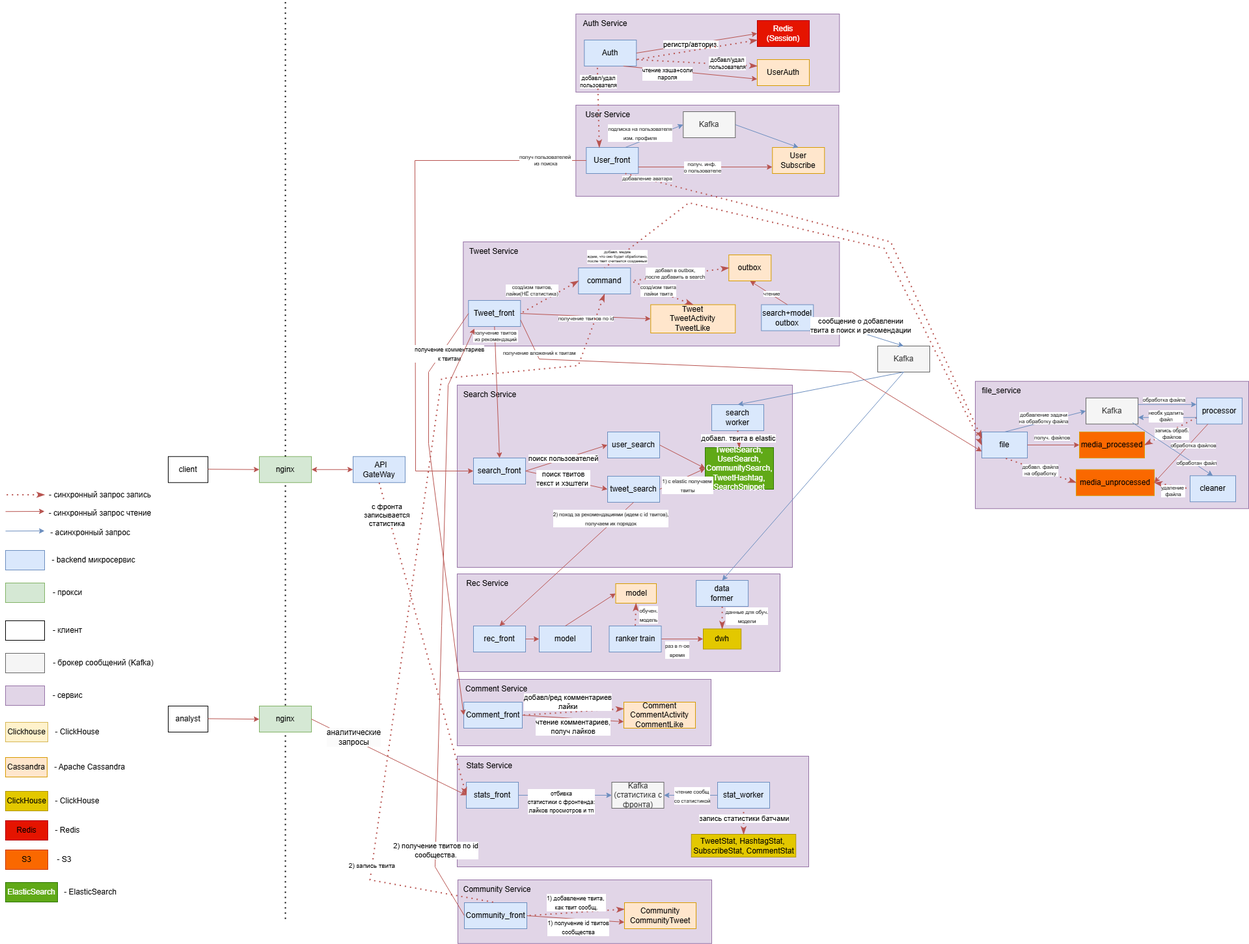
Before: Project_schema.png, a diagram exported from draw.io (Maxorella/park-mail-ru-highload-Shagaev). Source tidied: cells renumbered, new cells last; positions are measured from the earlier drawing's top-left corner, leaving out a move shared by most shapes.
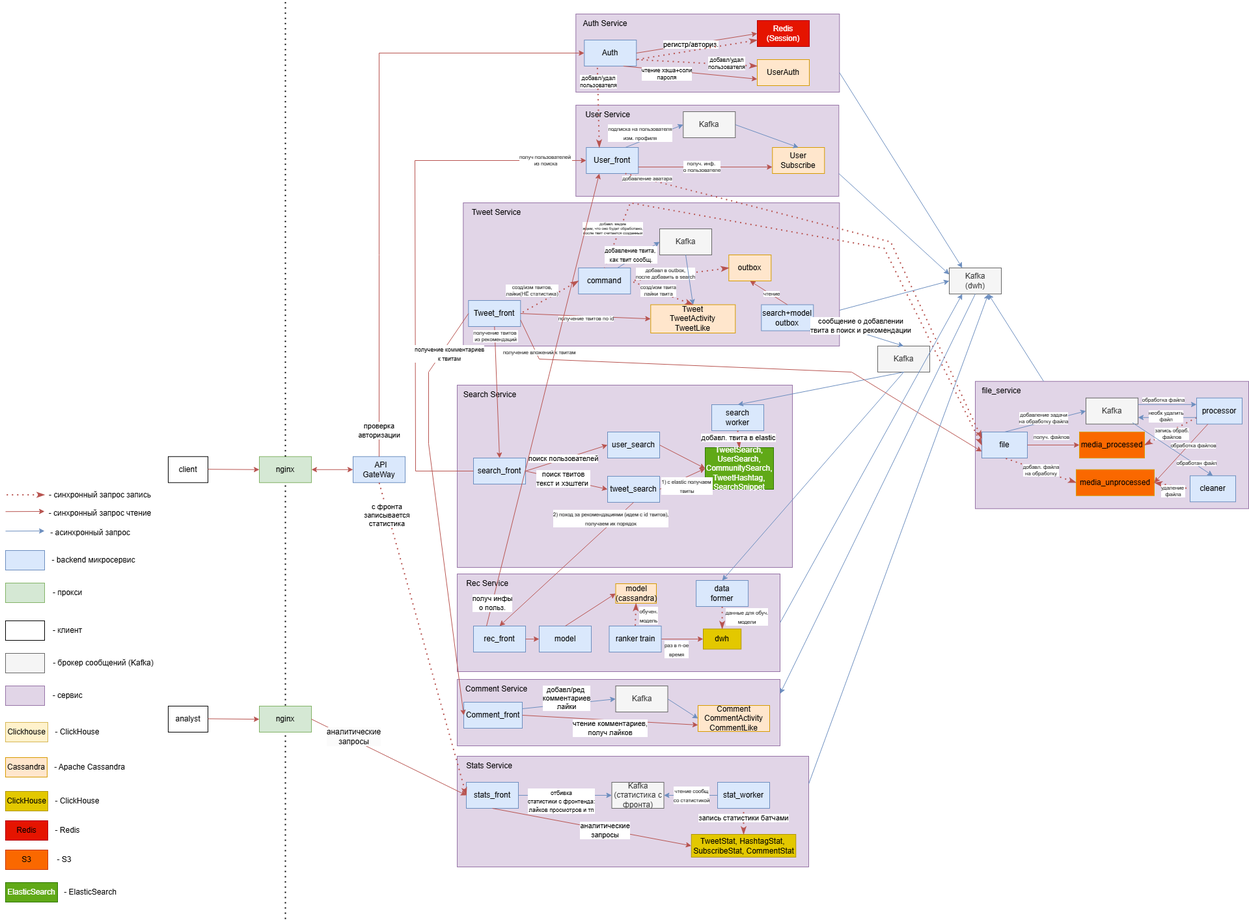
The same diagram one commit later.

The edit, as a diff of the source:
```diff
@@ -120,13 +120,13 @@
       <mxGeometry x="880.3" y="160" width="90" height="30" as="geometry" />
     </mxCell>
     <mxCell id="36" style="rounded=0;whiteSpace=wrap;html=1;fillColor=#e1d5e7;strokeColor=#9673a6;" parent="1" vertex="1">
-      <mxGeometry x="703.3" y="370" width="578" height="160" as="geometry" />
+      <mxGeometry x="703.3" y="310" width="578" height="220" as="geometry" />
     </mxCell>
     <mxCell id="37" value="Tweet Service" style="text;html=1;align=center;verticalAlign=middle;strokeColor=none;fillColor=none;" parent="1" vertex="1">
-      <mxGeometry x="700.3" y="370" width="100" height="30" as="geometry" />
+      <mxGeometry x="704" y="310" width="100" height="30" as="geometry" />
     </mxCell>
     <mxCell id="38" style="rounded=0;whiteSpace=wrap;html=1;fillColor=#e1d5e7;strokeColor=#9673a6;" parent="1" vertex="1">
-      <mxGeometry x="694" y="1042" width="390" height="102" as="geometry" />
+      <mxGeometry x="694" y="1042" width="496" height="102" as="geometry" />
     </mxCell>
     <mxCell id="39" value="Comment Service" style="text;html=1;align=center;verticalAlign=middle;strokeColor=none;fillColor=none;" parent="1" vertex="1">
       <mxGeometry x="694" y="1042" width="120" height="30" as="geometry" />
@@ -195,14 +195,6 @@
     <mxCell id="57" value="&lt;span style=&quot;background-color: initial;&quot;&gt;Comment_front&lt;/span&gt;" style="rounded=0;whiteSpace=wrap;html=1;fillColor=#dae8fc;strokeColor=#6c8ebf;" parent="1" vertex="1">
       <mxGeometry x="704" y="1077" width="90" height="40" as="geometry" />
     </mxCell>
-    <mxCell id="58" style="endArrow=none;dashed=1;html=1;dashPattern=1 3;strokeWidth=2;rounded=0;startArrow=classicThin;startFill=1;fillColor=#f8cecc;strokeColor=#b85450;entryX=1;entryY=0.5;entryDx=0;entryDy=0;exitX=0;exitY=0.25;exitDx=0;exitDy=0;" parent="1" edge="1" source="70" target="57">
-      <mxGeometry relative="1" as="geometry" />
-    </mxCell>
-    <mxCell id="59" value="добавл/ред комментариев&lt;div&gt;лайки&lt;/div&gt;" style="edgeLabel;html=1;align=center;verticalAlign=middle;" parent="58" vertex="1">
-      <mxGeometry x="-0.35" relative="1" as="geometry">
-        <mxPoint x="-36" y="-14" as="offset" />
-      </mxGeometry>
-    </mxCell>
     <mxCell id="60" style="endArrow=classic;html=1;rounded=0;fillColor=#f8cecc;strokeColor=#b85450;entryX=0;entryY=0.75;entryDx=0;entryDy=0;exitX=1;exitY=0.5;exitDx=0;exitDy=0;" parent="1" edge="1" source="57" target="70">
       <mxGeometry relative="1" as="geometry" />
     </mxCell>
@@ -240,7 +232,7 @@
       </mxGeometry>
     </mxCell>
     <mxCell id="70" value="Comment CommentActivity&lt;div&gt;CommentLike&lt;/div&gt;" style="rounded=0;whiteSpace=wrap;html=1;fillColor=#ffe6cc;strokeColor=#d79b00;" parent="1" vertex="1">
-      <mxGeometry x="950" y="1077" width="110" height="40" as="geometry" />
+      <mxGeometry x="1064" y="1082" width="110" height="40" as="geometry" />
     </mxCell>
     <mxCell id="71" value="search&lt;div&gt;worker&lt;/div&gt;" style="rounded=0;whiteSpace=wrap;html=1;fillColor=#dae8fc;strokeColor=#6c8ebf;" parent="1" vertex="1">
       <mxGeometry x="1085" y="620" width="80" height="40" as="geometry" />
@@ -383,13 +375,13 @@
       <mxGeometry relative="1" as="geometry">
         <Array as="points">
           <mxPoint x="1350" y="380" />
-          <mxPoint x="1050" y="310" />
+          <mxPoint x="960" y="310" />
         </Array>
       </mxGeometry>
     </mxCell>
     <mxCell id="111" value="добавл. медиа&lt;div&gt;ждем, что оно будет обработано,&lt;/div&gt;&lt;div&gt;после твит считается созданныи&lt;/div&gt;" style="edgeLabel;html=1;align=center;verticalAlign=middle;fontSize=6;" parent="110" vertex="1">
       <mxGeometry x="0.09" y="1" relative="1" as="geometry">
-        <mxPoint x="-310" y="35" as="offset" />
+        <mxPoint x="-300" y="-10" as="offset" />
       </mxGeometry>
     </mxCell>
     <mxCell id="112" value="outbox" style="rounded=0;whiteSpace=wrap;html=1;fillColor=#ffe6cc;strokeColor=#d79b00;" parent="1" vertex="1">
@@ -400,7 +392,7 @@
     </mxCell>
     <mxCell id="114" value="добавл в outbox,&lt;div&gt;после добавить в search&lt;/div&gt;" style="edgeLabel;html=1;align=center;verticalAlign=middle;fontSize=8;" parent="113" vertex="1">
       <mxGeometry x="0.09" y="1" relative="1" as="geometry">
-        <mxPoint x="-1" y="-3" as="offset" />
+        <mxPoint x="-16" y="-3" as="offset" />
       </mxGeometry>
     </mxCell>
     <mxCell id="115" value="search+model&lt;div&gt;outbox&lt;/div&gt;" style="rounded=0;whiteSpace=wrap;html=1;fillColor=#dae8fc;strokeColor=#6c8ebf;" parent="1" vertex="1">
@@ -472,7 +464,7 @@
         <mxPoint x="-2" y="-49" as="offset" />
       </mxGeometry>
     </mxCell>
-    <mxCell id="134" style="endArrow=classic;html=1;rounded=0;fillColor=#f8cecc;strokeColor=#b85450;startArrow=none;startFill=0;endFill=1;exitX=0;exitY=0.5;exitDx=0;exitDy=0;entryX=0;entryY=0.5;entryDx=0;entryDy=0;" parent="1" edge="1" source="46" target="62">
+    <mxCell id="134" style="endArrow=none;html=1;rounded=0;fillColor=#f8cecc;strokeColor=#b85450;startArrow=classic;startFill=1;endFill=0;exitX=0;exitY=0.5;exitDx=0;exitDy=0;entryX=0;entryY=0.5;entryDx=0;entryDy=0;" parent="1" edge="1" source="46" target="62">
       <mxGeometry relative="1" as="geometry">
         <Array as="points">
           <mxPoint x="629" y="245" />
@@ -538,29 +530,6 @@
         <mxPoint x="-300" y="-79" as="offset" />
       </mxGeometry>
     </mxCell>
-    <mxCell id="149" style="rounded=0;whiteSpace=wrap;html=1;fillColor=#e1d5e7;strokeColor=#9673a6;" parent="1" vertex="1">
-      <mxGeometry x="695" y="1350" width="390" height="97.8" as="geometry" />
-    </mxCell>
-    <mxCell id="150" value="Community Service" style="text;html=1;align=center;verticalAlign=middle;strokeColor=none;fillColor=none;" parent="1" vertex="1">
-      <mxGeometry x="690" y="1350" width="130" height="30" as="geometry" />
-    </mxCell>
-    <mxCell id="151" value="&lt;span style=&quot;background-color: initial;&quot;&gt;Community_front&lt;/span&gt;" style="rounded=0;whiteSpace=wrap;html=1;fillColor=#dae8fc;strokeColor=#6c8ebf;" parent="1" vertex="1">
-      <mxGeometry x="705" y="1385" width="96" height="40" as="geometry" />
-    </mxCell>
-    <mxCell id="152" style="endArrow=none;dashed=1;html=1;dashPattern=1 3;strokeWidth=2;rounded=0;startArrow=classicThin;startFill=1;fillColor=#f8cecc;strokeColor=#b85450;entryX=1;entryY=0.5;entryDx=0;entryDy=0;exitX=0;exitY=0.25;exitDx=0;exitDy=0;" parent="1" edge="1" source="155" target="151">
-      <mxGeometry relative="1" as="geometry" />
-    </mxCell>
-    <mxCell id="153" value="&lt;font style=&quot;font-size: 9px;&quot;&gt;1) добавление твита,&amp;nbsp;&lt;/font&gt;&lt;div&gt;&lt;font style=&quot;font-size: 9px;&quot;&gt;как твит сообщ.&lt;/font&gt;&lt;/div&gt;" style="edgeLabel;html=1;align=center;verticalAlign=middle;" parent="152" vertex="1">
-      <mxGeometry x="0.33" y="1" relative="1" as="geometry">
-        <mxPoint x="25" y="-18" as="offset" />
-      </mxGeometry>
-    </mxCell>
-    <mxCell id="154" style="endArrow=classic;html=1;rounded=0;fillColor=#f8cecc;strokeColor=#b85450;entryX=0;entryY=0.75;entryDx=0;entryDy=0;exitX=1;exitY=0.5;exitDx=0;exitDy=0;" parent="1" edge="1" source="151" target="155">
-      <mxGeometry relative="1" as="geometry" />
-    </mxCell>
-    <mxCell id="155" value="Community&lt;div&gt;CommunityTweet&lt;/div&gt;" style="rounded=0;whiteSpace=wrap;html=1;fillColor=#ffe6cc;strokeColor=#d79b00;" parent="1" vertex="1">
-      <mxGeometry x="951" y="1385" width="110" height="40" as="geometry" />
-    </mxCell>
     <mxCell id="156" style="endArrow=none;dashed=1;html=1;dashPattern=1 3;strokeWidth=2;rounded=0;startArrow=classicThin;startFill=1;fillColor=#f8cecc;strokeColor=#b85450;entryX=0.5;entryY=1;entryDx=0;entryDy=0;exitX=0;exitY=0.5;exitDx=0;exitDy=0;" parent="1" edge="1" source="77" target="27">
       <mxGeometry relative="1" as="geometry" />
     </mxCell>
@@ -636,7 +605,7 @@
     <mxCell id="173" value="&lt;span style=&quot;background-color: initial;&quot;&gt;rec_front&lt;/span&gt;" style="rounded=0;whiteSpace=wrap;html=1;fillColor=#dae8fc;strokeColor=#6c8ebf;" parent="1" vertex="1">
       <mxGeometry x="719" y="960" width="80" height="40" as="geometry" />
     </mxCell>
-    <mxCell id="174" value="&lt;span style=&quot;text-wrap-mode: nowrap;&quot;&gt;model&lt;/span&gt;" style="rounded=0;whiteSpace=wrap;html=1;fillColor=#ffe6cc;strokeColor=#d79b00;" parent="1" vertex="1">
+    <mxCell id="174" value="&lt;span style=&quot;text-wrap-mode: nowrap;&quot;&gt;model&lt;/span&gt;&lt;div&gt;&lt;span style=&quot;text-wrap-mode: nowrap;&quot;&gt;(cassandra)&lt;/span&gt;&lt;/div&gt;" style="rounded=0;whiteSpace=wrap;html=1;fillColor=#ffe6cc;strokeColor=#d79b00;" parent="1" vertex="1">
       <mxGeometry x="937.5" y="895" width="62.5" height="30" as="geometry" />
     </mxCell>
     <mxCell id="175" style="endArrow=classic;html=1;rounded=0;fillColor=#f8cecc;strokeColor=#b85450;entryX=0;entryY=0.5;entryDx=0;entryDy=0;exitX=1;exitY=0.5;exitDx=0;exitDy=0;" parent="1" edge="1" source="173" target="183">
@@ -673,36 +642,6 @@
     <mxCell id="184" style="endArrow=classic;html=1;rounded=0;fillColor=#f8cecc;strokeColor=#b85450;entryX=0;entryY=0.5;entryDx=0;entryDy=0;exitX=0.5;exitY=0;exitDx=0;exitDy=0;" parent="1" edge="1" source="183" target="174">
       <mxGeometry relative="1" as="geometry" />
     </mxCell>
-    <mxCell id="185" style="endArrow=classic;html=1;rounded=0;fillColor=#f8cecc;strokeColor=#b85450;exitX=0;exitY=0.5;exitDx=0;exitDy=0;entryX=0.113;entryY=1.079;entryDx=0;entryDy=0;entryPerimeter=0;" parent="1" edge="1" source="151" target="50">
-      <mxGeometry relative="1" as="geometry">
-        <Array as="points">
-          <mxPoint x="660" y="1330" />
-          <mxPoint x="680" y="590" />
-        </Array>
-      </mxGeometry>
-    </mxCell>
-    <mxCell id="186" value="2) получение твитов по id&lt;div&gt;сообщества.&lt;/div&gt;" style="edgeLabel;html=1;align=center;verticalAlign=middle;" parent="185" vertex="1">
-      <mxGeometry x="-0.77" relative="1" as="geometry">
-        <mxPoint y="-6" as="offset" />
-      </mxGeometry>
-    </mxCell>
-    <mxCell id="187" style="endArrow=none;dashed=1;html=1;dashPattern=1 3;strokeWidth=2;rounded=0;startArrow=classicThin;startFill=1;fillColor=#f8cecc;strokeColor=#b85450;entryX=0.5;entryY=0;entryDx=0;entryDy=0;exitX=0.5;exitY=1;exitDx=0;exitDy=0;" parent="1" edge="1" source="51" target="151">
-      <mxGeometry relative="1" as="geometry">
-        <Array as="points">
-          <mxPoint x="880" y="560" />
-          <mxPoint x="670" y="580" />
-          <mxPoint x="560" y="1350" />
-        </Array>
-      </mxGeometry>
-    </mxCell>
-    <mxCell id="188" value="2) запись твита" style="edgeLabel;html=1;align=center;verticalAlign=middle;fontSize=10;" parent="187" vertex="1">
-      <mxGeometry x="0.66" y="-1" relative="1" as="geometry" />
-    </mxCell>
-    <mxCell id="189" value="&lt;font style=&quot;font-size: 9px;&quot;&gt;1) получение id твитов&lt;/font&gt;&lt;div&gt;&lt;font style=&quot;font-size: 9px;&quot;&gt;сообщества&lt;/font&gt;&lt;/div&gt;" style="edgeLabel;html=1;align=center;verticalAlign=middle;" parent="1" vertex="1">
-      <mxGeometry x="880.3" y="1405" as="geometry">
-        <mxPoint x="-1" y="18" as="offset" />
-      </mxGeometry>
-    </mxCell>
     <mxCell id="190" value="Kafka" style="rounded=0;whiteSpace=wrap;html=1;fillColor=#f5f5f5;fontColor=#333333;strokeColor=#666666;" parent="1" vertex="1">
       <mxGeometry x="1041.3" y="170" width="80" height="40" as="geometry" />
     </mxCell>
@@ -717,5 +656,85 @@
     <mxCell id="193" style="endArrow=classic;html=1;rounded=0;fillColor=#dae8fc;strokeColor=#6c8ebf;startArrow=none;startFill=0;entryX=0.5;entryY=0;entryDx=0;entryDy=0;exitX=1;exitY=0.5;exitDx=0;exitDy=0;endFill=1;" parent="1" edge="1" source="190" target="47">
       <mxGeometry relative="1" as="geometry" />
     </mxCell>
+    <mxCell id="194" style="endArrow=classic;html=1;rounded=0;fillColor=#f8cecc;strokeColor=#b85450;startArrow=none;startFill=0;endFill=1;exitX=0.5;exitY=0;exitDx=0;exitDy=0;entryX=0;entryY=0.5;entryDx=0;entryDy=0;" parent="1" edge="1" source="27" target="42">
+      <mxGeometry relative="1" as="geometry">
+        <Array as="points">
+          <mxPoint x="574" y="80" />
+        </Array>
+      </mxGeometry>
+    </mxCell>
+    <mxCell id="195" value="проверка&lt;div&gt;авторизации&lt;/div&gt;" style="edgeLabel;html=1;align=center;verticalAlign=middle;" parent="194" vertex="1">
+      <mxGeometry x="-0.86" y="-1" relative="1" as="geometry">
+        <mxPoint x="-1" y="25" as="offset" />
+      </mxGeometry>
+    </mxCell>
+    <mxCell id="196" style="endArrow=classic;html=1;rounded=0;fillColor=#f8cecc;strokeColor=#b85450;entryX=0.25;entryY=1;entryDx=0;entryDy=0;exitX=0.25;exitY=0;exitDx=0;exitDy=0;" parent="1" edge="1" source="173" target="46">
+      <mxGeometry relative="1" as="geometry" />
+    </mxCell>
+    <mxCell id="197" value="получ инфы&lt;div&gt;о польз.&lt;/div&gt;" style="edgeLabel;html=1;align=center;verticalAlign=middle;" parent="196" vertex="1">
+      <mxGeometry x="-0.9" relative="1" as="geometry" />
+    </mxCell>
+    <mxCell id="198" value="Kafka" style="rounded=0;whiteSpace=wrap;html=1;fillColor=#f5f5f5;fontColor=#333333;strokeColor=#666666;" parent="1" vertex="1">
+      <mxGeometry x="1005" y="350" width="80" height="40" as="geometry" />
+    </mxCell>
+    <mxCell id="199" style="endArrow=classic;html=1;rounded=0;fillColor=#dae8fc;strokeColor=#6c8ebf;exitX=0.75;exitY=0;exitDx=0;exitDy=0;entryX=0;entryY=0.5;entryDx=0;entryDy=0;" parent="1" edge="1" source="51" target="198">
+      <mxGeometry relative="1" as="geometry" />
+    </mxCell>
+    <mxCell id="200" value="&lt;font style=&quot;font-size: 9px;&quot;&gt;добавление твита,&amp;nbsp;&lt;/font&gt;&lt;div&gt;&lt;font style=&quot;font-size: 9px;&quot;&gt;как твит сообщ.&lt;/font&gt;&lt;/div&gt;" style="edgeLabel;html=1;align=center;verticalAlign=middle;" parent="199" vertex="1">
+      <mxGeometry x="0.22" y="1" relative="1" as="geometry">
+        <mxPoint x="-19" y="5" as="offset" />
+      </mxGeometry>
+    </mxCell>
+    <mxCell id="201" style="endArrow=classic;html=1;rounded=0;fillColor=#dae8fc;strokeColor=#6c8ebf;entryX=0.5;entryY=0;entryDx=0;entryDy=0;exitX=0.5;exitY=1;exitDx=0;exitDy=0;" parent="1" edge="1" source="198" target="56">
+      <mxGeometry relative="1" as="geometry" />
+    </mxCell>
+    <mxCell id="202" style="endArrow=classic;html=1;rounded=0;fillColor=#f8cecc;strokeColor=#b85450;entryX=0;entryY=0.5;entryDx=0;entryDy=0;exitX=0.5;exitY=1;exitDx=0;exitDy=0;" parent="1" edge="1" source="77" target="99">
+      <mxGeometry relative="1" as="geometry" />
+    </mxCell>
+    <mxCell id="203" value="аналитические&lt;div&gt;запросы&lt;/div&gt;" style="edgeLabel;html=1;align=center;verticalAlign=middle;" parent="202" vertex="1">
+      <mxGeometry x="-0.38" y="-2" relative="1" as="geometry">
+        <mxPoint x="78" y="14" as="offset" />
+      </mxGeometry>
+    </mxCell>
+    <mxCell id="204" value="Kafka" style="rounded=0;whiteSpace=wrap;html=1;fillColor=#f5f5f5;fontColor=#333333;strokeColor=#666666;" parent="1" vertex="1">
+      <mxGeometry x="937.5" y="1052" width="80" height="40" as="geometry" />
+    </mxCell>
+    <mxCell id="205" style="endArrow=classic;html=1;rounded=0;fillColor=#dae8fc;strokeColor=#6c8ebf;startArrow=none;startFill=0;entryX=0;entryY=0.5;entryDx=0;entryDy=0;endFill=1;exitX=1;exitY=0.25;exitDx=0;exitDy=0;" parent="1" edge="1" source="57" target="204">
+      <mxGeometry relative="1" as="geometry" />
+    </mxCell>
+    <mxCell id="59" value="добавл/ред&amp;nbsp;&lt;div&gt;комментариев&lt;div&gt;лайки&lt;/div&gt;&lt;/div&gt;" style="edgeLabel;html=1;align=center;verticalAlign=middle;" parent="205" vertex="1">
+      <mxGeometry x="-0.02" y="2" relative="1" as="geometry">
+        <mxPoint x="-3" y="-7" as="offset" />
+      </mxGeometry>
+    </mxCell>
+    <mxCell id="206" style="endArrow=classic;html=1;rounded=0;fillColor=#dae8fc;strokeColor=#6c8ebf;startArrow=none;startFill=0;entryX=0;entryY=0.5;entryDx=0;entryDy=0;endFill=1;exitX=1;exitY=0.5;exitDx=0;exitDy=0;" parent="1" edge="1" source="204" target="70">
+      <mxGeometry relative="1" as="geometry" />
+    </mxCell>
+    <mxCell id="207" value="Kafka&lt;div&gt;(dwh)&lt;/div&gt;" style="rounded=0;whiteSpace=wrap;html=1;fillColor=#f5f5f5;fontColor=#333333;strokeColor=#666666;" parent="1" vertex="1">
+      <mxGeometry x="1450" y="410" width="80" height="40" as="geometry" />
+    </mxCell>
+    <mxCell id="208" style="endArrow=classic;html=1;rounded=0;fillColor=#dae8fc;strokeColor=#6c8ebf;startArrow=none;startFill=0;entryX=0.5;entryY=0;entryDx=0;entryDy=0;endFill=1;exitX=0.5;exitY=1;exitDx=0;exitDy=0;" parent="1" edge="1" source="207">
+      <mxGeometry relative="1" as="geometry">
+        <mxPoint x="1190" y="1064" as="targetPoint" />
+      </mxGeometry>
+    </mxCell>
+    <mxCell id="209" style="endArrow=classic;html=1;rounded=0;fillColor=#dae8fc;strokeColor=#6c8ebf;startArrow=none;startFill=0;exitX=1;exitY=0.75;exitDx=0;exitDy=0;endFill=1;entryX=0.25;entryY=0;entryDx=0;entryDy=0;" parent="1" edge="1" source="29" target="207">
+      <mxGeometry relative="1" as="geometry" />
+    </mxCell>
+    <mxCell id="210" style="endArrow=classic;html=1;rounded=0;fillColor=#dae8fc;strokeColor=#6c8ebf;startArrow=none;startFill=0;exitX=1;exitY=0.75;exitDx=0;exitDy=0;endFill=1;entryX=0;entryY=0.25;entryDx=0;entryDy=0;" parent="1" edge="1" source="34" target="207">
+      <mxGeometry relative="1" as="geometry" />
+    </mxCell>
+    <mxCell id="211" style="endArrow=classic;html=1;rounded=0;fillColor=#dae8fc;strokeColor=#6c8ebf;startArrow=none;startFill=0;exitX=1;exitY=0.75;exitDx=0;exitDy=0;endFill=1;entryX=0;entryY=0.5;entryDx=0;entryDy=0;" parent="1" edge="1" source="36" target="207">
+      <mxGeometry relative="1" as="geometry" />
+    </mxCell>
+    <mxCell id="212" style="endArrow=classic;html=1;rounded=0;fillColor=#dae8fc;strokeColor=#6c8ebf;startArrow=none;startFill=0;exitX=1;exitY=0.5;exitDx=0;exitDy=0;endFill=1;entryX=0.25;entryY=1;entryDx=0;entryDy=0;" parent="1" edge="1" source="2" target="207">
+      <mxGeometry relative="1" as="geometry" />
+    </mxCell>
+    <mxCell id="213" style="endArrow=classic;html=1;rounded=0;fillColor=#dae8fc;strokeColor=#6c8ebf;startArrow=none;startFill=0;exitX=1;exitY=0.25;exitDx=0;exitDy=0;endFill=1;entryX=0.75;entryY=1;entryDx=0;entryDy=0;" parent="1" edge="1" source="75" target="207">
+      <mxGeometry relative="1" as="geometry" />
+    </mxCell>
+    <mxCell id="214" style="endArrow=classic;html=1;rounded=0;fillColor=#dae8fc;strokeColor=#6c8ebf;startArrow=none;startFill=0;exitX=0.25;exitY=0;exitDx=0;exitDy=0;endFill=1;entryX=0.75;entryY=1;entryDx=0;entryDy=0;" parent="1" edge="1" source="3" target="207">
+      <mxGeometry relative="1" as="geometry" />
+    </mxCell>
   </root>
 </mxGraphModel>
```
